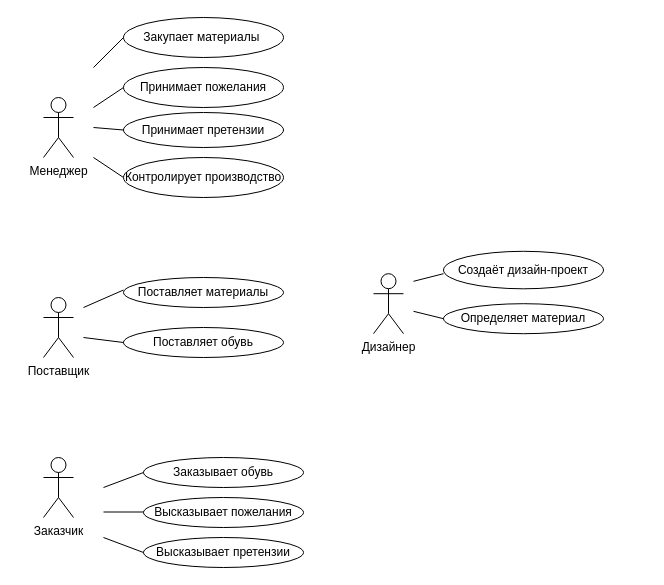
MorozovStanislav/Repozitory keeps this draw.io diagram as Use case.drawio. Above is the earlier version. Source tidied: cells renumbered, new cells numbered last; positions are measured from the earlier drawing's top-left corner, leaving out a move shared by most shapes. Both pictures are drawn from the tidied source at 100%, with x=0, y=0 at pixel (43, 17).
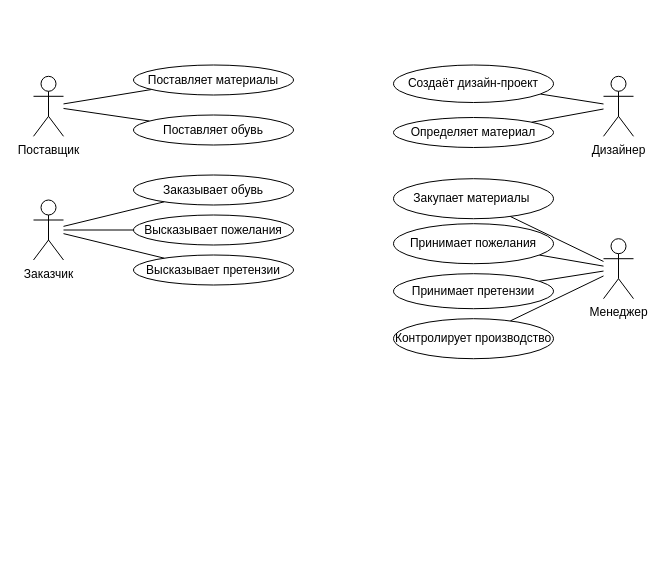
Above is the later version.

The edit, as a diff of the source:
```diff
@@
+    <mxCell id="28" style="edgeStyle=none;jettySize=auto;html=1;endArrow=none;" parent="1" edge="1" source="2" target="7">
+      <mxGeometry relative="1" as="geometry" />
+    </mxCell>
+    <mxCell id="29" style="edgeStyle=none;jettySize=auto;html=1;endArrow=none;" parent="1" edge="1" source="2" target="8">
+      <mxGeometry relative="1" as="geometry" />
+    </mxCell>
+    <mxCell id="30" style="edgeStyle=none;jettySize=auto;html=1;endArrow=none;" parent="1" edge="1" source="2" target="9">
+      <mxGeometry relative="1" as="geometry" />
+    </mxCell>
     <mxCell id="2" value="Менеджер" style="shape=umlActor;verticalLabelPosition=bottom;verticalAlign=top;html=1;outlineConnect=0;" parent="1" vertex="1">
-      <mxGeometry y="80" width="30" height="60" as="geometry" />
+      <mxGeometry x="560" y="221.2" width="30" height="60" as="geometry" />
     </mxCell>
     <mxCell id="3" value="Дизайнер" style="shape=umlActor;verticalLabelPosition=bottom;verticalAlign=top;html=1;outlineConnect=0;" parent="1" vertex="1">
-      <mxGeometry x="330" y="256.2" width="30" height="60" as="geometry" />
+      <mxGeometry x="560" y="58.8" width="30" height="60" as="geometry" />
     </mxCell>
     <mxCell id="4" value="Поставщик" style="shape=umlActor;verticalLabelPosition=bottom;verticalAlign=top;html=1;outlineConnect=0;" parent="1" vertex="1">
-      <mxGeometry y="280" width="30" height="60" as="geometry" />
+      <mxGeometry x="-10" y="58.8" width="30" height="60" as="geometry" />
     </mxCell>
     <mxCell id="5" value="Заказчик" style="shape=umlActor;verticalLabelPosition=bottom;verticalAlign=top;html=1;outlineConnect=0;" parent="1" vertex="1">
-      <mxGeometry y="440" width="30" height="60" as="geometry" />
+      <mxGeometry x="-10" y="182.5" width="30" height="60" as="geometry" />
     </mxCell>
     <mxCell id="6" value="Закупает материалы&amp;nbsp;" style="ellipse;whiteSpace=wrap;html=1;" parent="1" vertex="1">
-      <mxGeometry x="80" width="160" height="40" as="geometry" />
+      <mxGeometry x="350" y="161.2" width="160" height="40" as="geometry" />
     </mxCell>
     <mxCell id="7" value="Принимает пожелания" style="ellipse;whiteSpace=wrap;html=1;" parent="1" vertex="1">
-      <mxGeometry x="80" y="50" width="160" height="40" as="geometry" />
+      <mxGeometry x="350" y="206.2" width="160" height="40" as="geometry" />
     </mxCell>
     <mxCell id="8" value="Принимает претензии" style="ellipse;whiteSpace=wrap;html=1;" parent="1" vertex="1">
-      <mxGeometry x="80" y="95" width="160" height="35" as="geometry" />
+      <mxGeometry x="350" y="256.2" width="160" height="35" as="geometry" />
     </mxCell>
     <mxCell id="9" value="Контролирует производство" style="ellipse;whiteSpace=wrap;html=1;" parent="1" vertex="1">
-      <mxGeometry x="80" y="140" width="160" height="40" as="geometry" />
+      <mxGeometry x="350" y="301.2" width="160" height="40" as="geometry" />
     </mxCell>
+    <mxCell id="31" style="edgeStyle=none;jettySize=auto;html=1;endArrow=none;" parent="1" edge="1" source="10" target="4">
+      <mxGeometry relative="1" as="geometry" />
+    </mxCell>
     <mxCell id="10" value="Поставляет обувь" style="ellipse;whiteSpace=wrap;html=1;" parent="1" vertex="1">
-      <mxGeometry x="80" y="310" width="160" height="30" as="geometry" />
+      <mxGeometry x="90" y="97.5" width="160" height="30" as="geometry" />
     </mxCell>
+    <mxCell id="32" style="edgeStyle=none;jettySize=auto;html=1;endArrow=none;" parent="1" edge="1" source="11" target="4">
+      <mxGeometry relative="1" as="geometry" />
+    </mxCell>
     <mxCell id="11" value="Поставляет материалы" style="ellipse;whiteSpace=wrap;html=1;" parent="1" vertex="1">
-      <mxGeometry x="80" y="260" width="160" height="30" as="geometry" />
+      <mxGeometry x="90" y="47.5" width="160" height="30" as="geometry" />
     </mxCell>
+    <mxCell id="33" style="edgeStyle=none;jettySize=auto;html=1;endArrow=none;" parent="1" edge="1" source="12" target="5">
+      <mxGeometry relative="1" as="geometry" />
+    </mxCell>
     <mxCell id="12" value="Высказывает пожелания" style="ellipse;whiteSpace=wrap;html=1;" parent="1" vertex="1">
-      <mxGeometry x="100" y="480" width="160" height="30" as="geometry" />
+      <mxGeometry x="90" y="197.5" width="160" height="30" as="geometry" />
     </mxCell>
+    <mxCell id="34" style="edgeStyle=none;jettySize=auto;html=1;endArrow=none;" parent="1" edge="1" source="13" target="5">
+      <mxGeometry relative="1" as="geometry" />
+    </mxCell>
     <mxCell id="13" value="Заказывает обувь" style="ellipse;whiteSpace=wrap;html=1;" parent="1" vertex="1">
-      <mxGeometry x="100" y="440" width="160" height="30" as="geometry" />
+      <mxGeometry x="90" y="157.5" width="160" height="30" as="geometry" />
     </mxCell>
+    <mxCell id="35" style="edgeStyle=none;jettySize=auto;html=1;endArrow=none;" parent="1" edge="1" source="14" target="5">
+      <mxGeometry relative="1" as="geometry" />
+    </mxCell>
     <mxCell id="14" value="Высказывает претензии" style="ellipse;whiteSpace=wrap;html=1;" parent="1" vertex="1">
-      <mxGeometry x="100" y="520" width="160" height="30" as="geometry" />
+      <mxGeometry x="90" y="237.5" width="160" height="30" as="geometry" />
     </mxCell>
+    <mxCell id="36" style="edgeStyle=none;jettySize=auto;html=1;endArrow=none;" parent="1" edge="1" source="15" target="3">
+      <mxGeometry relative="1" as="geometry" />
+    </mxCell>
     <mxCell id="15" value="Определяет материал" style="ellipse;whiteSpace=wrap;html=1;" parent="1" vertex="1">
-      <mxGeometry x="400" y="286.2" width="160" height="30" as="geometry" />
+      <mxGeometry x="350" y="100" width="160" height="30" as="geometry" />
     </mxCell>
+    <mxCell id="37" style="edgeStyle=none;jettySize=auto;html=1;endArrow=none;" parent="1" edge="1" source="16" target="3">
+      <mxGeometry relative="1" as="geometry" />
+    </mxCell>
     <mxCell id="16" value="Создаёт дизайн-проект" style="ellipse;whiteSpace=wrap;html=1;" parent="1" vertex="1">
-      <mxGeometry x="400" y="233.8" width="160" height="37.5" as="geometry" />
+      <mxGeometry x="350" y="47.5" width="160" height="37.5" as="geometry" />
     </mxCell>
-    <mxCell id="17" style="endArrow=none;html=1;entryX=0;entryY=0.5;entryDx=0;entryDy=0;" parent="1" edge="1" target="9">
-      <mxGeometry relative="1" as="geometry">
-        <mxPoint x="50" y="140" as="sourcePoint" />
-      </mxGeometry>
-    </mxCell>
-    <mxCell id="18" style="endArrow=none;html=1;" parent="1" edge="1">
-      <mxGeometry relative="1" as="geometry">
-        <mxPoint x="50" y="90" as="sourcePoint" />
-        <mxPoint x="80" y="70" as="targetPoint" />
-      </mxGeometry>
-    </mxCell>
-    <mxCell id="19" style="endArrow=none;html=1;entryX=0;entryY=0.5;entryDx=0;entryDy=0;" parent="1" edge="1" target="8">
-      <mxGeometry relative="1" as="geometry">
-        <mxPoint x="50" y="110" as="sourcePoint" />
-      </mxGeometry>
-    </mxCell>
-    <mxCell id="20" style="endArrow=none;html=1;entryX=0;entryY=0.5;entryDx=0;entryDy=0;" parent="1" edge="1" target="6">
-      <mxGeometry relative="1" as="geometry">
-        <mxPoint x="50" y="50" as="sourcePoint" />
-      </mxGeometry>
+    <mxCell id="20" style="endArrow=none;html=1;" parent="1" edge="1" source="2" target="6">
+      <mxGeometry relative="1" as="geometry" />
     </mxCell>
-    <mxCell id="21" style="endArrow=none;html=1;" parent="1" edge="1">
-      <mxGeometry relative="1" as="geometry">
-        <mxPoint x="40" y="290" as="sourcePoint" />
-        <mxPoint x="80" y="272.5" as="targetPoint" />
-      </mxGeometry>
-    </mxCell>
-    <mxCell id="22" style="endArrow=none;html=1;entryX=0;entryY=0.5;entryDx=0;entryDy=0;" parent="1" edge="1" target="10">
-      <mxGeometry relative="1" as="geometry">
-        <mxPoint x="40" y="320" as="sourcePoint" />
-      </mxGeometry>
-    </mxCell>
-    <mxCell id="23" style="endArrow=none;html=1;entryX=0;entryY=0.5;entryDx=0;entryDy=0;" parent="1" edge="1" target="13">
-      <mxGeometry relative="1" as="geometry">
-        <mxPoint x="60" y="470" as="sourcePoint" />
-      </mxGeometry>
-    </mxCell>
-    <mxCell id="24" style="endArrow=none;html=1;" parent="1" edge="1">
-      <mxGeometry relative="1" as="geometry">
-        <mxPoint x="60" y="494.5" as="sourcePoint" />
-        <mxPoint x="100" y="494.5" as="targetPoint" />
-      </mxGeometry>
-    </mxCell>
-    <mxCell id="25" style="endArrow=none;html=1;entryX=0;entryY=0.5;entryDx=0;entryDy=0;" parent="1" edge="1" target="14">
-      <mxGeometry relative="1" as="geometry">
-        <mxPoint x="60" y="520" as="sourcePoint" />
-      </mxGeometry>
-    </mxCell>
-    <mxCell id="26" style="endArrow=none;html=1;" parent="1" edge="1">
-      <mxGeometry relative="1" as="geometry">
-        <mxPoint x="370" y="263.8" as="sourcePoint" />
-        <mxPoint x="400" y="256.2" as="targetPoint" />
-      </mxGeometry>
-    </mxCell>
-    <mxCell id="27" style="endArrow=none;html=1;entryX=0;entryY=0.5;entryDx=0;entryDy=0;" parent="1" edge="1" target="15">
-      <mxGeometry relative="1" as="geometry">
-        <mxPoint x="370" y="293.8" as="sourcePoint" />
-      </mxGeometry>
-    </mxCell>
```
